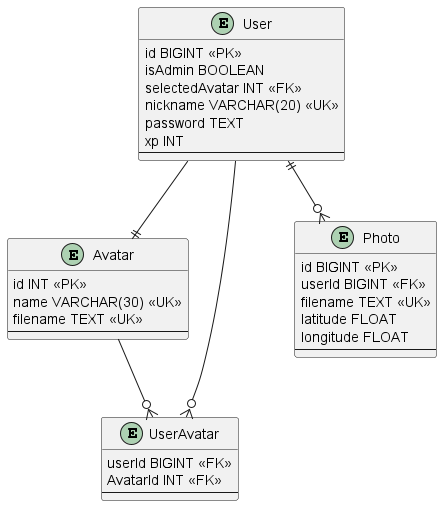
Earlier version of the PlantUML export src/database/design/DER.png (augusto-dmh/095cm_xrlab_backend). The source it was exported from:
```plantuml
@startuml DER

entity User {
    id BIGINT <<PK>>
    isAdmin BOOLEAN
    selectedAvatar INT <<FK>>
    nickname VARCHAR(20) <<UK>>
    password TEXT
    xp INT
    --
}

entity Avatar {
    id INT <<PK>>
    name VARCHAR(30) <<UK>>
    filename TEXT <<UK>>
    --
}

entity UserAvatar {
    userId BIGINT <<FK>>
    AvatarId INT <<FK>>
    --
}

entity Photo {
    id BIGINT <<PK>>
    userId BIGINT <<FK>>
    filename TEXT <<UK>>
    latitude FLOAT
    longitude FLOAT
    --
}

User ||--o{ Photo
User --|| Avatar
User --o{ UserAvatar
Avatar --o{ UserAvatar

@enduml
```
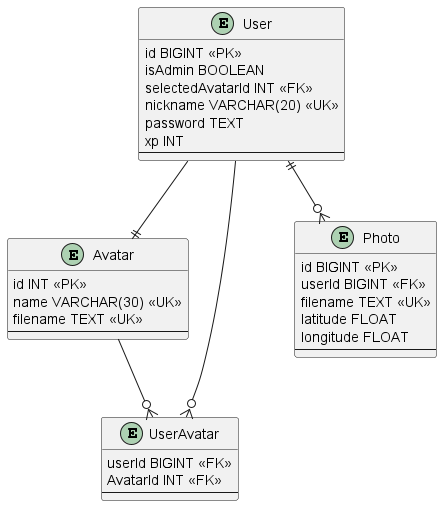
After the commit.

Commit message:
refactor: selected_avatar to selectedAvatarId (camelCase for model, snake_case for database)

What changed in the source:
```diff
@@ -3,7 +3,7 @@
 entity User {
     id BIGINT <<PK>>
     isAdmin BOOLEAN
-    selectedAvatar INT <<FK>>
+    selectedAvatarId INT <<FK>>
     nickname VARCHAR(20) <<UK>>
     password TEXT
     xp INT
```
